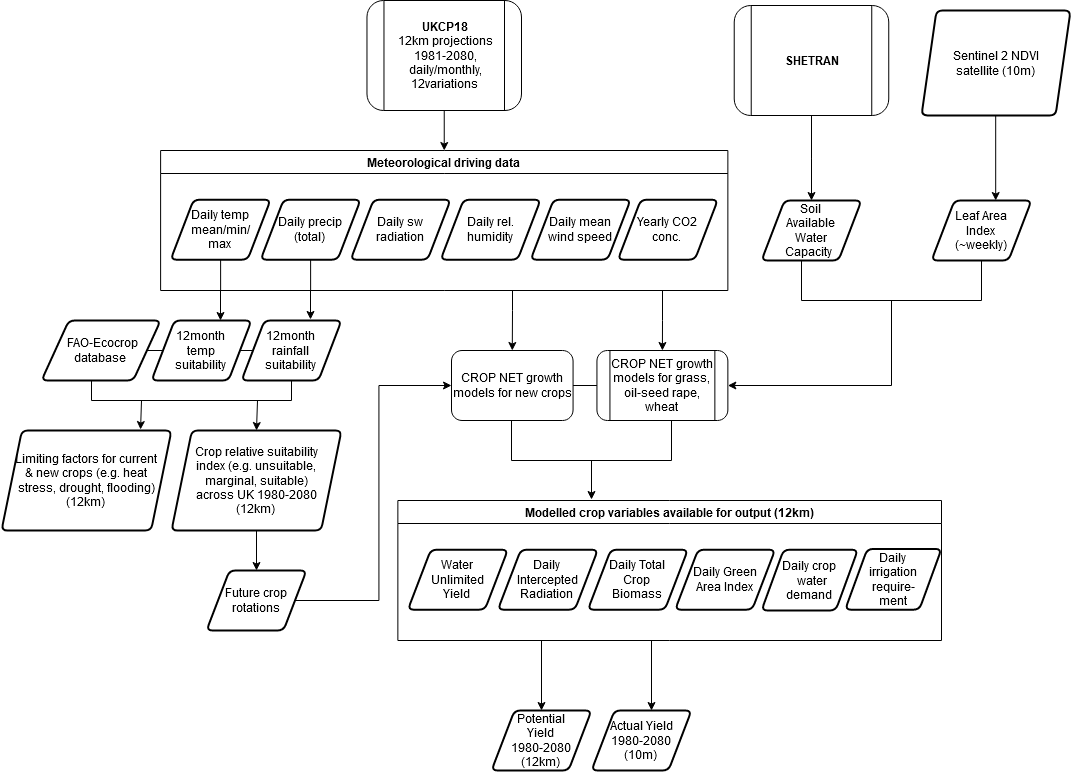
Earlier version of the draw.io export cropnet/cropnet.png (OpenCLIM/workflow-diagrams). Source tidied: cells renumbered, new cells last; positions are measured from the earlier drawing's top-left corner, leaving out a move shared by most shapes.
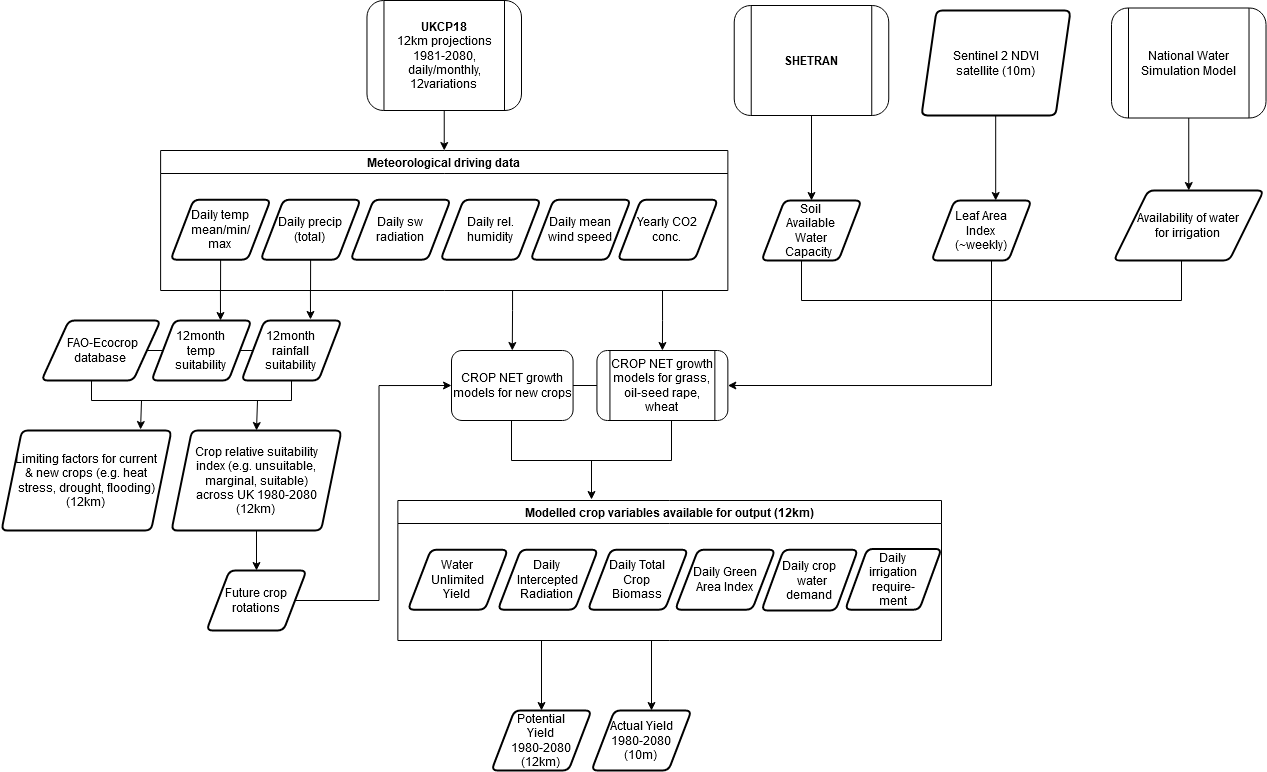
The same diagram one commit later.

Diff of the diagram source:
```diff
@@ -169,7 +169,7 @@
       <mxGeometry relative="1" as="geometry" />
     </mxCell>
     <mxCell id="49" style="shape=partialRectangle;whiteSpace=wrap;html=1;bottom=1;right=1;left=1;top=0;fillColor=none;routingCenterX=-0.5;" parent="1" vertex="1">
-      <mxGeometry x="800" y="260" width="180" height="40" as="geometry" />
+      <mxGeometry x="800" y="260" width="380" height="40" as="geometry" />
     </mxCell>
     <mxCell id="50" value="&lt;div&gt;Crop relative suitability&lt;/div&gt;&lt;div&gt;index (e.g. unsuitable,&lt;/div&gt;&lt;div&gt;marginal, suitable)&lt;/div&gt;&lt;div&gt; across UK 1980-2080&lt;/div&gt;&lt;div&gt;(12km)&lt;br&gt;&lt;/div&gt;" style="shape=parallelogram;html=1;strokeWidth=2;perimeter=parallelogramPerimeter;whiteSpace=wrap;rounded=1;arcSize=12;size=0.12;" parent="1" vertex="1">
       <mxGeometry x="170" y="430" width="170" height="100" as="geometry" />
@@ -177,5 +177,20 @@
     <mxCell id="51" value="&lt;div&gt;Daily Green&lt;/div&gt;&lt;div&gt;Area Index&lt;br&gt;&lt;/div&gt;" style="shape=parallelogram;html=1;strokeWidth=2;perimeter=parallelogramPerimeter;whiteSpace=wrap;rounded=1;arcSize=12;size=0.23;" parent="1" vertex="1">
       <mxGeometry x="673.6" y="549.2" width="100" height="60" as="geometry" />
     </mxCell>
+    <mxCell id="52" style="edgeStyle=orthogonalEdgeStyle;rounded=0;jettySize=auto;html=1;exitX=0.5;exitY=1;exitDx=0;exitDy=0;" parent="1" edge="1" source="53" target="54">
+      <mxGeometry relative="1" as="geometry" />
+    </mxCell>
+    <mxCell id="53" value="National Water Simulation Model" style="shape=process;whiteSpace=wrap;html=1;backgroundOutline=1;shadow=0;fontFamily=Helvetica;fontSize=12;fontColor=#000000;align=center;strokeColor=#000000;strokeWidth=1;fillColor=#ffffff;rounded=1;" parent="1" vertex="1">
+      <mxGeometry x="1110" y="7.5" width="154.5" height="110" as="geometry" />
+    </mxCell>
+    <mxCell id="54" value="&lt;div&gt;Availability of water &lt;br&gt;&lt;/div&gt;&lt;div&gt;for irrigation&lt;/div&gt;" style="shape=parallelogram;html=1;strokeWidth=2;perimeter=parallelogramPerimeter;whiteSpace=wrap;rounded=1;arcSize=12;size=0.23;" parent="1" vertex="1">
+      <mxGeometry x="1112.3" y="190" width="150" height="70" as="geometry" />
+    </mxCell>
+    <mxCell id="55" style="endArrow=none;html=1;" parent="1" edge="1">
+      <mxGeometry relative="1" as="geometry">
+        <mxPoint x="990" y="310" as="sourcePoint" />
+        <mxPoint x="990" y="260" as="targetPoint" />
+      </mxGeometry>
+    </mxCell>
   </root>
 </mxGraphModel>
```
